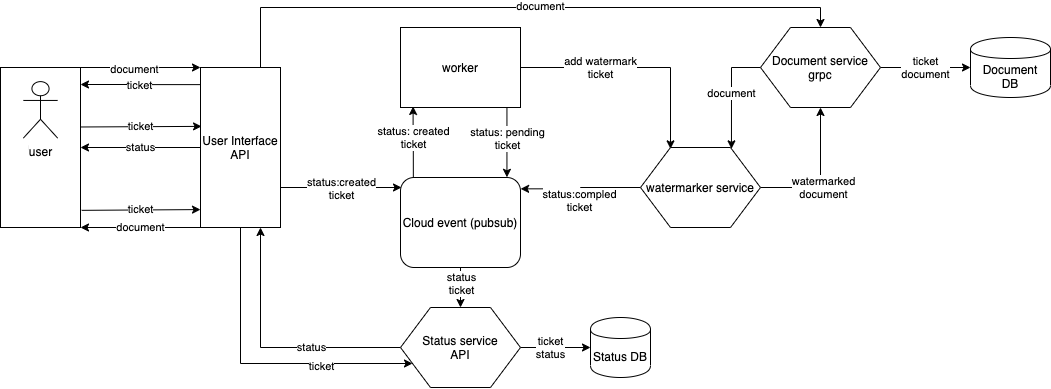
The draw.io diagram assets/archv2.0.png in moonblade/Microservice-Assessment, before a commit. Source tidied: cells renumbered, new cells last; positions are measured from the earlier drawing's top-left corner, leaving out a move shared by most shapes. Source of this version:
```xml
<mxGraphModel>
  <root>
    <mxCell id="0" />
    <mxCell id="1" parent="0" />
    <mxCell id="2" style="edgeStyle=orthogonalEdgeStyle;rounded=0;jettySize=auto;html=1;exitX=0.75;exitY=0;exitDx=0;exitDy=0;entryX=0.5;entryY=0;entryDx=0;entryDy=0;" parent="1" edge="1" source="36" target="16">
      <mxGeometry relative="1" as="geometry" />
    </mxCell>
    <mxCell id="3" value="document&lt;br&gt;" style="edgeLabel;html=1;align=center;verticalAlign=middle;" parent="2" vertex="1">
      <mxGeometry x="0.35" y="-4" relative="1" as="geometry">
        <mxPoint x="-93.3" y="-5.7" as="offset" />
      </mxGeometry>
    </mxCell>
    <mxCell id="4" style="edgeStyle=orthogonalEdgeStyle;rounded=0;jettySize=auto;html=1;exitX=0.5;exitY=1;exitDx=0;exitDy=0;entryX=0;entryY=0.75;entryDx=0;entryDy=0;startArrow=none;startFill=0;" parent="1" edge="1" source="36" target="21">
      <mxGeometry relative="1" as="geometry">
        <Array as="points">
          <mxPoint x="240" y="336" />
        </Array>
      </mxGeometry>
    </mxCell>
    <mxCell id="5" value="ticket" style="edgeLabel;html=1;align=center;verticalAlign=middle;" parent="4" vertex="1">
      <mxGeometry x="-0.08" y="77" relative="1" as="geometry">
        <mxPoint x="74.6" y="79" as="offset" />
      </mxGeometry>
    </mxCell>
    <mxCell id="6" style="edgeStyle=orthogonalEdgeStyle;rounded=0;jettySize=auto;html=1;exitX=0.107;exitY=-0.006;exitDx=0;exitDy=0;entryX=0.105;entryY=0.987;entryDx=0;entryDy=0;entryPerimeter=0;exitPerimeter=0;" parent="1" edge="1" source="10" target="26">
      <mxGeometry relative="1" as="geometry" />
    </mxCell>
    <mxCell id="7" value="status: created&lt;br&gt;ticket" style="edgeLabel;html=1;align=center;verticalAlign=middle;" parent="6" vertex="1">
      <mxGeometry x="-0.28" y="1" relative="1" as="geometry">
        <mxPoint x="1" y="-14.2" as="offset" />
      </mxGeometry>
    </mxCell>
    <mxCell id="8" style="edgeStyle=orthogonalEdgeStyle;rounded=0;jettySize=auto;html=1;exitX=0.5;exitY=1;exitDx=0;exitDy=0;entryX=0.5;entryY=0;entryDx=0;entryDy=0;" parent="1" edge="1" source="10" target="21">
      <mxGeometry relative="1" as="geometry" />
    </mxCell>
    <mxCell id="9" value="status&lt;br&gt;ticket" style="edgeLabel;html=1;align=center;verticalAlign=middle;" parent="8" vertex="1">
      <mxGeometry x="-0.27" relative="1" as="geometry" />
    </mxCell>
    <mxCell id="10" value="Cloud event (pubsub)" style="rounded=1;whiteSpace=wrap;html=1;" parent="1" vertex="1">
      <mxGeometry x="400" y="150" width="120" height="90" as="geometry" />
    </mxCell>
    <mxCell id="11" style="group;" parent="1" vertex="1">
      <mxGeometry y="40" width="80" height="160" as="geometry" />
    </mxCell>
    <mxCell id="12" value="user" style="rounded=0;whiteSpace=wrap;html=1;" parent="11" vertex="1">
      <mxGeometry width="80" height="160" as="geometry" />
    </mxCell>
    <mxCell id="13" value="user" style="shape=umlActor;verticalLabelPosition=bottom;labelBackgroundColor=#ffffff;verticalAlign=top;html=1;" parent="11" vertex="1">
      <mxGeometry x="22.9" y="14.1" width="34.3" height="56.5" as="geometry" />
    </mxCell>
    <mxCell id="14" value="ticket&lt;br&gt;document" style="edgeStyle=orthogonalEdgeStyle;rounded=0;jettySize=auto;html=1;exitX=1;exitY=0.5;exitDx=0;exitDy=0;entryX=0;entryY=0.5;entryDx=0;entryDy=0;" parent="1" edge="1" source="16" target="17">
      <mxGeometry relative="1" as="geometry" />
    </mxCell>
    <mxCell id="15" value="document" style="edgeStyle=orthogonalEdgeStyle;rounded=0;jettySize=auto;html=1;exitX=0;exitY=0.5;exitDx=0;exitDy=0;entryX=0.758;entryY=0.017;entryDx=0;entryDy=0;entryPerimeter=0;" parent="1" edge="1" source="16" target="31">
      <mxGeometry relative="1" as="geometry" />
    </mxCell>
    <mxCell id="16" value="Document service&lt;br&gt;grpc" style="shape=hexagon;perimeter=hexagonPerimeter2;whiteSpace=wrap;html=1;" parent="1" vertex="1">
      <mxGeometry x="760" width="120" height="80" as="geometry" />
    </mxCell>
    <mxCell id="17" value="Document&lt;br&gt;DB" style="shape=cylinder;whiteSpace=wrap;html=1;boundedLbl=1;backgroundOutline=1;" parent="1" vertex="1">
      <mxGeometry x="970" y="10" width="80" height="60" as="geometry" />
    </mxCell>
    <mxCell id="18" value="ticket&lt;br&gt;status" style="edgeStyle=orthogonalEdgeStyle;rounded=0;jettySize=auto;html=1;exitX=1;exitY=0.5;exitDx=0;exitDy=0;entryX=0;entryY=0.5;entryDx=0;entryDy=0;" parent="1" edge="1" source="21" target="22">
      <mxGeometry x="-0.14" relative="1" as="geometry" />
    </mxCell>
    <mxCell id="19" style="edgeStyle=orthogonalEdgeStyle;rounded=0;jettySize=auto;html=1;startArrow=none;startFill=0;entryX=0.75;entryY=1;entryDx=0;entryDy=0;" parent="1" edge="1" source="21" target="36">
      <mxGeometry relative="1" as="geometry" />
    </mxCell>
    <mxCell id="20" value="status" style="edgeLabel;html=1;align=center;verticalAlign=middle;" parent="19" vertex="1">
      <mxGeometry x="-0.31" y="-1" relative="1" as="geometry" />
    </mxCell>
    <mxCell id="21" value="Status service&lt;br&gt;API" style="shape=hexagon;perimeter=hexagonPerimeter2;whiteSpace=wrap;html=1;" parent="1" vertex="1">
      <mxGeometry x="400" y="280" width="120" height="80" as="geometry" />
    </mxCell>
    <mxCell id="22" value="Status DB" style="shape=cylinder;whiteSpace=wrap;html=1;boundedLbl=1;backgroundOutline=1;" parent="1" vertex="1">
      <mxGeometry x="590" y="290" width="60" height="60" as="geometry" />
    </mxCell>
    <mxCell id="23" value="add watermark&lt;br&gt;ticket" style="edgeStyle=orthogonalEdgeStyle;rounded=0;jettySize=auto;html=1;exitX=1;exitY=0.5;exitDx=0;exitDy=0;entryX=0.25;entryY=0.017;entryDx=0;entryDy=0;entryPerimeter=0;" parent="1" edge="1" source="26" target="31">
      <mxGeometry x="-0.31" relative="1" as="geometry" />
    </mxCell>
    <mxCell id="24" style="edgeStyle=orthogonalEdgeStyle;rounded=0;jettySize=auto;html=1;exitX=0.887;exitY=1.001;exitDx=0;exitDy=0;exitPerimeter=0;entryX=0.887;entryY=-0.002;entryDx=0;entryDy=0;entryPerimeter=0;" parent="1" edge="1" source="26" target="10">
      <mxGeometry relative="1" as="geometry" />
    </mxCell>
    <mxCell id="25" value="status: pending&lt;br&gt;ticket" style="edgeLabel;html=1;align=center;verticalAlign=middle;" parent="24" vertex="1">
      <mxGeometry x="0.41" y="-4" relative="1" as="geometry">
        <mxPoint x="4" y="-18.4" as="offset" />
      </mxGeometry>
    </mxCell>
    <mxCell id="26" value="worker&lt;br&gt;" style="rounded=0;whiteSpace=wrap;html=1;" parent="1" vertex="1">
      <mxGeometry x="400" width="120" height="80" as="geometry" />
    </mxCell>
    <mxCell id="27" style="edgeStyle=orthogonalEdgeStyle;rounded=0;jettySize=auto;html=1;exitX=1;exitY=0.5;exitDx=0;exitDy=0;" parent="1" edge="1" source="31" target="16">
      <mxGeometry relative="1" as="geometry" />
    </mxCell>
    <mxCell id="28" value="watermarked&lt;br&gt;document" style="edgeLabel;html=1;align=center;verticalAlign=middle;" parent="27" vertex="1">
      <mxGeometry x="-0.13" y="-2" relative="1" as="geometry" />
    </mxCell>
    <mxCell id="29" style="edgeStyle=orthogonalEdgeStyle;rounded=0;jettySize=auto;html=1;exitX=0;exitY=0.5;exitDx=0;exitDy=0;entryX=1.001;entryY=0.126;entryDx=0;entryDy=0;entryPerimeter=0;" parent="1" edge="1" source="31" target="10">
      <mxGeometry relative="1" as="geometry" />
    </mxCell>
    <mxCell id="30" value="status:compled&lt;br&gt;ticket" style="edgeLabel;html=1;align=center;verticalAlign=middle;" parent="29" vertex="1">
      <mxGeometry y="12" relative="1" as="geometry">
        <mxPoint x="-2" y="-0.8" as="offset" />
      </mxGeometry>
    </mxCell>
    <mxCell id="31" value="watermarker service" style="shape=hexagon;perimeter=hexagonPerimeter2;whiteSpace=wrap;html=1;" parent="1" vertex="1">
      <mxGeometry x="640" y="120" width="120" height="80" as="geometry" />
    </mxCell>
    <mxCell id="32" style="edgeStyle=orthogonalEdgeStyle;rounded=0;jettySize=auto;html=1;entryX=1;entryY=0.25;entryDx=0;entryDy=0;startArrow=none;startFill=0;exitX=-0.006;exitY=0.107;exitDx=0;exitDy=0;exitPerimeter=0;" parent="1" edge="1" source="36">
      <mxGeometry relative="1" as="geometry">
        <mxPoint x="80" y="57" as="targetPoint" />
      </mxGeometry>
    </mxCell>
    <mxCell id="33" value="ticket" style="edgeLabel;html=1;align=center;verticalAlign=middle;" parent="32" vertex="1">
      <mxGeometry x="0.02" relative="1" as="geometry" />
    </mxCell>
    <mxCell id="34" style="edgeStyle=orthogonalEdgeStyle;rounded=0;jettySize=auto;html=1;exitX=1;exitY=0.75;exitDx=0;exitDy=0;startArrow=none;startFill=0;" parent="1" edge="1" source="36">
      <mxGeometry relative="1" as="geometry">
        <mxPoint x="401" y="160" as="targetPoint" />
      </mxGeometry>
    </mxCell>
    <mxCell id="35" value="status:created&lt;br&gt;ticket" style="edgeLabel;html=1;align=center;verticalAlign=middle;" parent="34" vertex="1">
      <mxGeometry x="-0.17" y="-2" relative="1" as="geometry">
        <mxPoint x="10" y="-2" as="offset" />
      </mxGeometry>
    </mxCell>
    <mxCell id="36" value="User Interface&lt;br&gt;API" style="rounded=0;whiteSpace=wrap;html=1;" parent="1" vertex="1">
      <mxGeometry x="200" y="40" width="80" height="160" as="geometry" />
    </mxCell>
    <mxCell id="37" style="endArrow=classic;html=1;exitX=1;exitY=0;exitDx=0;exitDy=0;entryX=0;entryY=0;entryDx=0;entryDy=0;" parent="1" edge="1" source="12" target="36">
      <mxGeometry relative="1" as="geometry" />
    </mxCell>
    <mxCell id="38" value="document" style="edgeLabel;html=1;align=center;verticalAlign=middle;" parent="37" vertex="1">
      <mxGeometry x="-0.11" y="-1" relative="1" as="geometry" />
    </mxCell>
    <mxCell id="39" value="document" style="endArrow=classic;html=1;entryX=1;entryY=1;entryDx=0;entryDy=0;exitX=0;exitY=1;exitDx=0;exitDy=0;" parent="1" edge="1" source="36" target="12">
      <mxGeometry relative="1" as="geometry" />
    </mxCell>
    <mxCell id="40" value="ticket" style="endArrow=classic;html=1;entryX=0;entryY=0.888;entryDx=0;entryDy=0;entryPerimeter=0;exitX=1.017;exitY=0.874;exitDx=0;exitDy=0;exitPerimeter=0;" parent="1" edge="1" target="36">
      <mxGeometry relative="1" as="geometry">
        <mxPoint x="81.2" y="182.8" as="sourcePoint" />
      </mxGeometry>
    </mxCell>
    <mxCell id="41" value="ticket" style="endArrow=classic;html=1;entryX=0.013;entryY=0.368;entryDx=0;entryDy=0;entryPerimeter=0;exitX=1.005;exitY=0.353;exitDx=0;exitDy=0;exitPerimeter=0;" parent="1" edge="1" target="36">
      <mxGeometry relative="1" as="geometry">
        <mxPoint x="80.3" y="99.5" as="sourcePoint" />
      </mxGeometry>
    </mxCell>
    <mxCell id="42" value="status" style="endArrow=classic;html=1;entryX=1;entryY=0.5;entryDx=0;entryDy=0;exitX=0;exitY=0.5;exitDx=0;exitDy=0;" parent="1" edge="1" source="36" target="12">
      <mxGeometry relative="1" as="geometry" />
    </mxCell>
  </root>
</mxGraphModel>
```
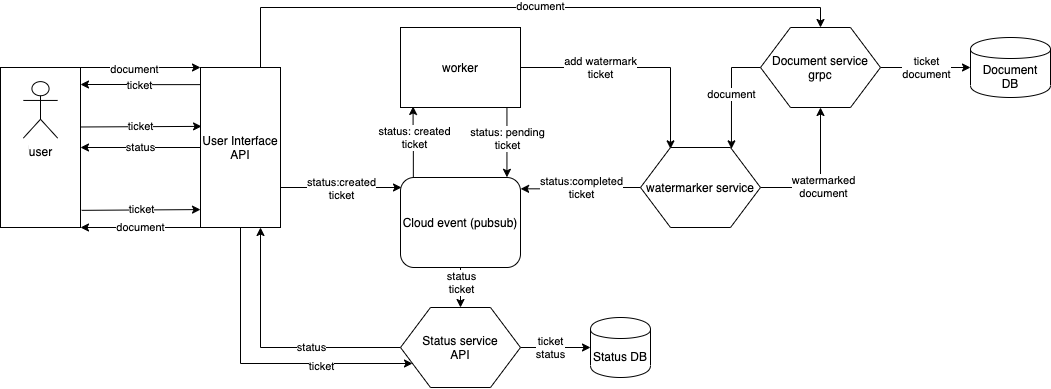
After the commit.

The edit, as a diff of the source:
```diff
@@ -98,9 +98,9 @@
     <mxCell id="29" style="edgeStyle=orthogonalEdgeStyle;rounded=0;jettySize=auto;html=1;exitX=0;exitY=0.5;exitDx=0;exitDy=0;entryX=1.001;entryY=0.126;entryDx=0;entryDy=0;entryPerimeter=0;" parent="1" edge="1" source="31" target="10">
       <mxGeometry relative="1" as="geometry" />
     </mxCell>
-    <mxCell id="30" value="status:compled&lt;br&gt;ticket" style="edgeLabel;html=1;align=center;verticalAlign=middle;" parent="29" vertex="1">
+    <mxCell id="30" value="status:completed&lt;br&gt;ticket" style="edgeLabel;html=1;align=center;verticalAlign=middle;" parent="29" vertex="1">
       <mxGeometry y="12" relative="1" as="geometry">
-        <mxPoint x="-2" y="-0.8" as="offset" />
+        <mxPoint x="-12" y="-0.7" as="offset" />
       </mxGeometry>
     </mxCell>
     <mxCell id="31" value="watermarker service" style="shape=hexagon;perimeter=hexagonPerimeter2;whiteSpace=wrap;html=1;" parent="1" vertex="1">
```
